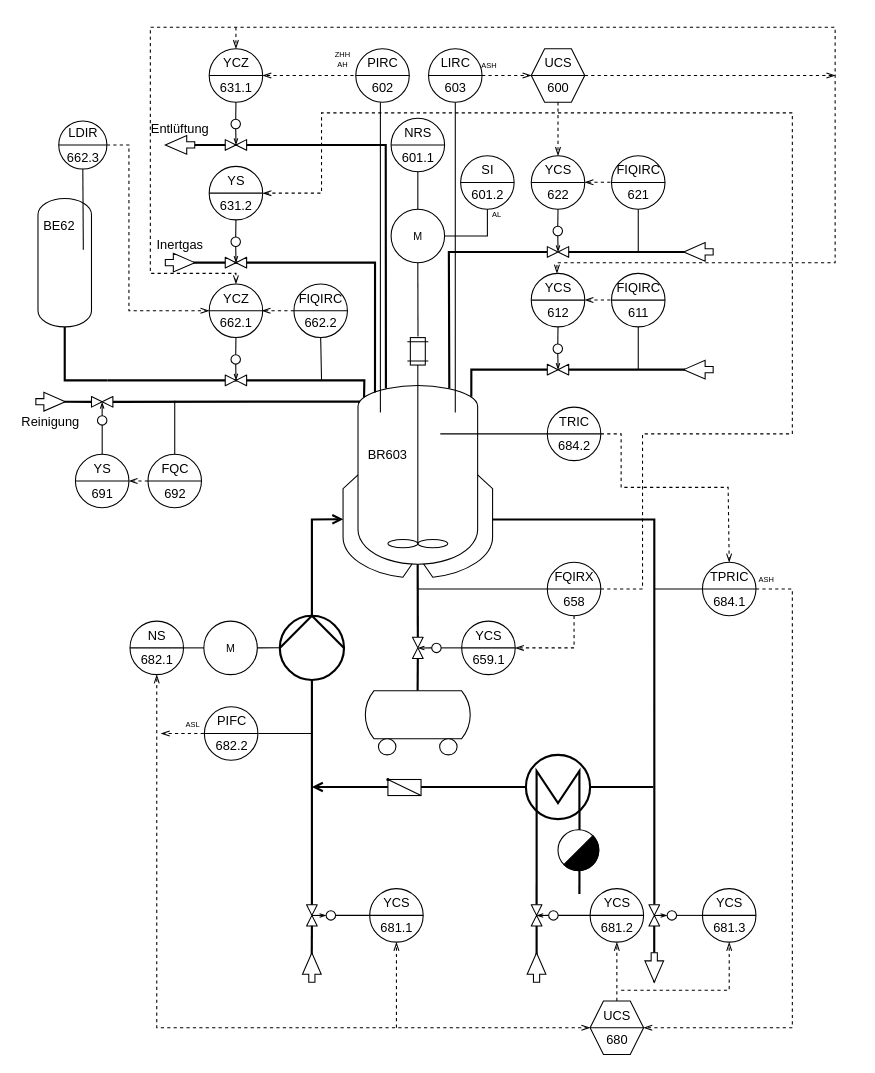
Above: reaktor.drawio in sid115/pltp-ri (draw.io), before the change. Source tidied: cells renumbered, new cells numbered last; positions are measured from the earlier drawing's top-left corner, leaving out a move shared by most shapes. Both pictures are drawn from the tidied source at 107%, with x=0, y=0 at pixel (18, 27).
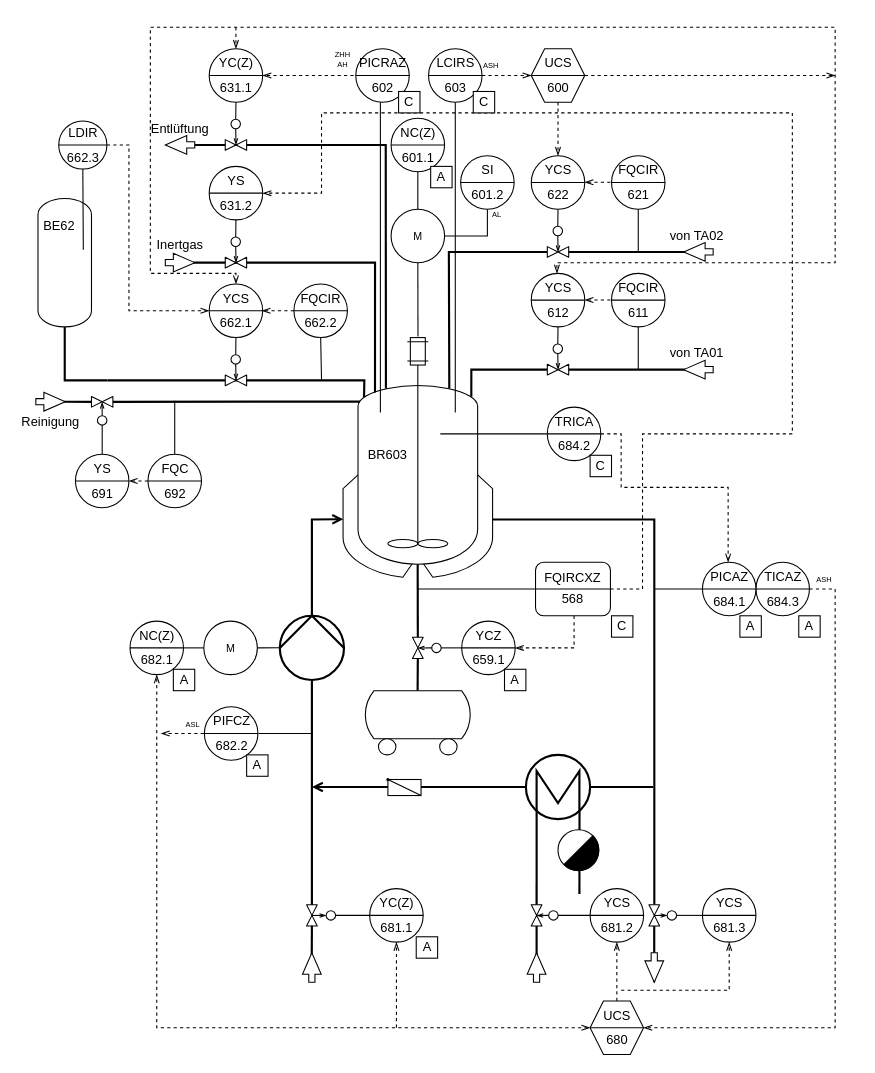
Above is the later version.

Unchanged cells that the change refers to:
```xml
<mxCell id="79" style="group;rotation=-90;" parent="1" vertex="1">
  <mxGeometry x="153" y="50" width="100" height="50" as="geometry" />
</mxCell>
<mxCell id="86" value="&lt;table cellpadding=&quot;4&quot; cellspacing=&quot;0&quot; border=&quot;0&quot; style=&quot;font-size:1em;width:100%;height:100%;&quot;&gt;&lt;tbody&gt;&lt;tr&gt;&lt;td&gt;YS&lt;/td&gt;&lt;/tr&gt;&lt;tr&gt;&lt;td&gt;631.2&lt;/td&gt;&lt;/tr&gt;&lt;/tbody&gt;&lt;/table&gt; " style="html=1;outlineConnect=0;align=center;dashed=0;shape=mxgraph.pid2inst.discInst;mounting=room;rotation=0;" parent="85" vertex="1">
  <mxGeometry x="25" y="-30" width="50" height="50" as="geometry" />
</mxCell>
<mxCell id="91" style="group;rotation=-90;" parent="1" vertex="1">
  <mxGeometry x="153" y="270" width="100" height="50" as="geometry" />
</mxCell>
<mxCell id="117" value="&lt;table cellpadding=&quot;4&quot; cellspacing=&quot;0&quot; border=&quot;0&quot; style=&quot;font-size:1em;width:100%;height:100%;&quot;&gt;&lt;tbody&gt;&lt;tr&gt;&lt;td&gt;UCS&lt;/td&gt;&lt;/tr&gt;&lt;tr&gt;&lt;td&gt;680&lt;/td&gt;&lt;/tr&gt;&lt;/tbody&gt;&lt;/table&gt; " style="html=1;outlineConnect=0;align=center;dashed=0;shape=mxgraph.pid2inst.compFunc;mounting=room;" parent="1" vertex="1">
  <mxGeometry x="534" y="910" width="50" height="50" as="geometry" />
</mxCell>
```

What changed in the source:
```diff
@@
-    <mxCell id="6" value="&lt;table cellpadding=&quot;4&quot; cellspacing=&quot;0&quot; border=&quot;0&quot; style=&quot;font-size:1em;width:100%;height:100%;&quot;&gt;&lt;tbody&gt;&lt;tr&gt;&lt;td&gt;YCS&lt;/td&gt;&lt;/tr&gt;&lt;tr&gt;&lt;td&gt;659.1&lt;/td&gt;&lt;/tr&gt;&lt;/tbody&gt;&lt;/table&gt; " style="html=1;outlineConnect=0;align=center;dashed=0;shape=mxgraph.pid2inst.discInst;mounting=room;" parent="1" vertex="1">
+    <mxCell id="6" value="&lt;table cellpadding=&quot;4&quot; cellspacing=&quot;0&quot; border=&quot;0&quot; style=&quot;font-size:1em;width:100%;height:100%;&quot;&gt;&lt;tbody&gt;&lt;tr&gt;&lt;td&gt;YCZ&lt;/td&gt;&lt;/tr&gt;&lt;tr&gt;&lt;td&gt;659.1&lt;/td&gt;&lt;/tr&gt;&lt;/tbody&gt;&lt;/table&gt; " style="html=1;outlineConnect=0;align=center;dashed=0;shape=mxgraph.pid2inst.discInst;mounting=room;" parent="1" vertex="1">
       <mxGeometry x="414" y="555" width="50" height="50" as="geometry" />
     </mxCell>
@@
-    <mxCell id="29" value="&lt;table cellpadding=&quot;4&quot; cellspacing=&quot;0&quot; border=&quot;0&quot; style=&quot;font-size:1em;width:100%;height:100%;&quot;&gt;&lt;tbody&gt;&lt;tr&gt;&lt;td&gt;YCS&lt;/td&gt;&lt;/tr&gt;&lt;tr&gt;&lt;td&gt;681.1&lt;/td&gt;&lt;/tr&gt;&lt;/tbody&gt;&lt;/table&gt; " style="html=1;outlineConnect=0;align=center;dashed=0;shape=mxgraph.pid2inst.discInst;mounting=room;" parent="1" vertex="1">
+    <mxCell id="29" value="&lt;table cellpadding=&quot;4&quot; cellspacing=&quot;0&quot; border=&quot;0&quot; style=&quot;font-size:1em;width:100%;height:100%;&quot;&gt;&lt;tbody&gt;&lt;tr&gt;&lt;td&gt;YC(Z)&lt;/td&gt;&lt;/tr&gt;&lt;tr&gt;&lt;td&gt;681.1&lt;/td&gt;&lt;/tr&gt;&lt;/tbody&gt;&lt;/table&gt; " style="html=1;outlineConnect=0;align=center;dashed=0;shape=mxgraph.pid2inst.discInst;mounting=room;" parent="1" vertex="1">
       <mxGeometry x="328" y="805" width="50" height="50" as="geometry" />
     </mxCell>
@@
-    <mxCell id="32" value="&lt;table cellpadding=&quot;4&quot; cellspacing=&quot;0&quot; border=&quot;0&quot; style=&quot;font-size:1em;width:100%;height:100%;&quot;&gt;&lt;tbody&gt;&lt;tr&gt;&lt;td&gt;PIFC&lt;/td&gt;&lt;/tr&gt;&lt;tr&gt;&lt;td&gt;682.2&lt;/td&gt;&lt;/tr&gt;&lt;/tbody&gt;&lt;/table&gt; " style="html=1;align=center;dashed=0;shape=mxgraph.pid2inst.discInst;mounting=room;" parent="1" vertex="1">
+    <mxCell id="32" value="&lt;table cellpadding=&quot;4&quot; cellspacing=&quot;0&quot; border=&quot;0&quot; style=&quot;font-size:1em;width:100%;height:100%;&quot;&gt;&lt;tbody&gt;&lt;tr&gt;&lt;td&gt;PIFCZ&lt;/td&gt;&lt;/tr&gt;&lt;tr&gt;&lt;td&gt;682.2&lt;/td&gt;&lt;/tr&gt;&lt;/tbody&gt;&lt;/table&gt; " style="html=1;align=center;dashed=0;shape=mxgraph.pid2inst.discInst;mounting=room;" parent="1" vertex="1">
       <mxGeometry x="173.5" y="635" width="50" height="50" as="geometry" />
     </mxCell>
@@
-    <mxCell id="35" value="&lt;table cellpadding=&quot;4&quot; cellspacing=&quot;0&quot; border=&quot;0&quot; style=&quot;font-size:1em;width:100%;height:100%;&quot;&gt;&lt;tbody&gt;&lt;tr&gt;&lt;td&gt;NS&lt;/td&gt;&lt;/tr&gt;&lt;tr&gt;&lt;td&gt;682.1&lt;/td&gt;&lt;/tr&gt;&lt;/tbody&gt;&lt;/table&gt; " style="html=1;outlineConnect=0;align=center;dashed=0;shape=mxgraph.pid2inst.discInst;mounting=room;" parent="1" vertex="1">
+    <mxCell id="35" value="&lt;table cellpadding=&quot;4&quot; cellspacing=&quot;0&quot; border=&quot;0&quot; style=&quot;font-size:1em;width:100%;height:100%;&quot;&gt;&lt;tbody&gt;&lt;tr&gt;&lt;td&gt;NC(Z)&lt;/td&gt;&lt;/tr&gt;&lt;tr&gt;&lt;td&gt;682.1&lt;/td&gt;&lt;/tr&gt;&lt;/tbody&gt;&lt;/table&gt; " style="html=1;outlineConnect=0;align=center;dashed=0;shape=mxgraph.pid2inst.discInst;mounting=room;" parent="1" vertex="1">
       <mxGeometry x="104" y="555" width="50" height="50" as="geometry" />
     </mxCell>
@@
-    <mxCell id="39" value="&lt;table cellpadding=&quot;4&quot; cellspacing=&quot;0&quot; border=&quot;0&quot; style=&quot;font-size:1em;width:100%;height:100%;&quot;&gt;&lt;tbody&gt;&lt;tr&gt;&lt;td&gt;FQIRX&lt;/td&gt;&lt;/tr&gt;&lt;tr&gt;&lt;td&gt;658&lt;/td&gt;&lt;/tr&gt;&lt;/tbody&gt;&lt;/table&gt; " style="html=1;outlineConnect=0;align=center;dashed=0;shape=mxgraph.pid2inst.discInst;mounting=room;" parent="1" vertex="1">
-      <mxGeometry x="494" y="500" width="50" height="50" as="geometry" />
-    </mxCell>
-    <mxCell id="40" style="endArrow=none;html=1;rounded=0;entryX=0;entryY=0.5;entryDx=0;entryDy=0;" parent="1" edge="1" target="39">
+    <mxCell id="40" style="endArrow=none;html=1;rounded=0;" parent="1" edge="1">
       <mxGeometry relative="1" as="geometry">
         <mxPoint x="373" y="525" as="sourcePoint" />
+        <mxPoint x="483" y="525" as="targetPoint" />
       </mxGeometry>
     </mxCell>
@@
-    <mxCell id="55" value="&lt;table cellpadding=&quot;4&quot; cellspacing=&quot;0&quot; border=&quot;0&quot; style=&quot;font-size:1em;width:100%;height:100%;&quot;&gt;&lt;tbody&gt;&lt;tr&gt;&lt;td&gt;TRIC&lt;/td&gt;&lt;/tr&gt;&lt;tr&gt;&lt;td&gt;684.2&lt;/td&gt;&lt;/tr&gt;&lt;/tbody&gt;&lt;/table&gt; " style="html=1;outlineConnect=0;align=center;dashed=0;shape=mxgraph.pid2inst.discInst;mounting=room;" parent="1" vertex="1">
+    <mxCell id="55" value="&lt;table cellpadding=&quot;4&quot; cellspacing=&quot;0&quot; border=&quot;0&quot; style=&quot;font-size:1em;width:100%;height:100%;&quot;&gt;&lt;tbody&gt;&lt;tr&gt;&lt;td&gt;TRICA&lt;/td&gt;&lt;/tr&gt;&lt;tr&gt;&lt;td&gt;684.2&lt;/td&gt;&lt;/tr&gt;&lt;/tbody&gt;&lt;/table&gt; " style="html=1;outlineConnect=0;align=center;dashed=0;shape=mxgraph.pid2inst.discInst;mounting=room;" parent="1" vertex="1">
       <mxGeometry x="494" y="355" width="50" height="50" as="geometry" />
     </mxCell>
@@
     <mxCell id="66" style="group;rotation=-90;" parent="1" vertex="1">
-      <mxGeometry x="454" y="260" width="100" height="50" as="geometry" />
+      <mxGeometry x="454" y="260" width="100" height="85" as="geometry" />
     </mxCell>
@@
-    <mxCell id="80" value="&lt;table cellpadding=&quot;4&quot; cellspacing=&quot;0&quot; border=&quot;0&quot; style=&quot;font-size:1em;width:100%;height:100%;&quot;&gt;&lt;tbody&gt;&lt;tr&gt;&lt;td&gt;YCZ&lt;/td&gt;&lt;/tr&gt;&lt;tr&gt;&lt;td&gt;631.1&lt;/td&gt;&lt;/tr&gt;&lt;/tbody&gt;&lt;/table&gt; " style="html=1;outlineConnect=0;align=center;dashed=0;shape=mxgraph.pid2inst.discInst;mounting=room;rotation=0;" parent="79" vertex="1">
+    <mxCell id="80" value="&lt;table cellpadding=&quot;4&quot; cellspacing=&quot;0&quot; border=&quot;0&quot; style=&quot;font-size:1em;width:100%;height:100%;&quot;&gt;&lt;tbody&gt;&lt;tr&gt;&lt;td&gt;YC(Z)&lt;/td&gt;&lt;/tr&gt;&lt;tr&gt;&lt;td&gt;631.1&lt;/td&gt;&lt;/tr&gt;&lt;/tbody&gt;&lt;/table&gt; " style="html=1;outlineConnect=0;align=center;dashed=0;shape=mxgraph.pid2inst.discInst;mounting=room;rotation=0;" parent="79" vertex="1">
       <mxGeometry x="25" y="-30" width="50" height="50" as="geometry" />
     </mxCell>
@@
-    <mxCell id="92" value="&lt;table cellpadding=&quot;4&quot; cellspacing=&quot;0&quot; border=&quot;0&quot; style=&quot;font-size:1em;width:100%;height:100%;&quot;&gt;&lt;tbody&gt;&lt;tr&gt;&lt;td&gt;YCZ&lt;/td&gt;&lt;/tr&gt;&lt;tr&gt;&lt;td&gt;662.1&lt;/td&gt;&lt;/tr&gt;&lt;/tbody&gt;&lt;/table&gt; " style="html=1;outlineConnect=0;align=center;dashed=0;shape=mxgraph.pid2inst.discInst;mounting=room;rotation=0;" parent="91" vertex="1">
+    <mxCell id="92" value="&lt;table cellpadding=&quot;4&quot; cellspacing=&quot;0&quot; border=&quot;0&quot; style=&quot;font-size:1em;width:100%;height:100%;&quot;&gt;&lt;tbody&gt;&lt;tr&gt;&lt;td&gt;YCS&lt;/td&gt;&lt;/tr&gt;&lt;tr&gt;&lt;td&gt;662.1&lt;/td&gt;&lt;/tr&gt;&lt;/tbody&gt;&lt;/table&gt; " style="html=1;outlineConnect=0;align=center;dashed=0;shape=mxgraph.pid2inst.discInst;mounting=room;rotation=0;" parent="91" vertex="1">
       <mxGeometry x="25" y="-30" width="50" height="50" as="geometry" />
     </mxCell>
@@
-    <mxCell id="97" value="&lt;table cellpadding=&quot;4&quot; cellspacing=&quot;0&quot; border=&quot;0&quot; style=&quot;font-size:1em;width:100%;height:100%;&quot;&gt;&lt;tbody&gt;&lt;tr&gt;&lt;td&gt;FIQIRC&lt;/td&gt;&lt;/tr&gt;&lt;tr&gt;&lt;td&gt;662.2&lt;/td&gt;&lt;/tr&gt;&lt;/tbody&gt;&lt;/table&gt; " style="html=1;outlineConnect=0;align=center;dashed=0;shape=mxgraph.pid2inst.discInst;mounting=room;" parent="1" vertex="1">
+    <mxCell id="97" value="&lt;table cellpadding=&quot;4&quot; cellspacing=&quot;0&quot; border=&quot;0&quot; style=&quot;font-size:1em;width:100%;height:100%;&quot;&gt;&lt;tbody&gt;&lt;tr&gt;&lt;td&gt;FQCIR&lt;/td&gt;&lt;/tr&gt;&lt;tr&gt;&lt;td&gt;662.2&lt;/td&gt;&lt;/tr&gt;&lt;/tbody&gt;&lt;/table&gt; " style="html=1;outlineConnect=0;align=center;dashed=0;shape=mxgraph.pid2inst.discInst;mounting=room;" parent="1" vertex="1">
       <mxGeometry x="257.2" y="240" width="50" height="50" as="geometry" />
     </mxCell>
@@
-    <mxCell id="99" style="endArrow=openThin;html=1;rounded=0;entryX=1;entryY=0.5;entryDx=0;entryDy=0;strokeWidth=1;endFill=0;dashed=1;exitX=0.5;exitY=1;exitDx=0;exitDy=0;" parent="1" edge="1" source="39" target="6">
+    <mxCell id="99" style="endArrow=openThin;html=1;rounded=0;entryX=1;entryY=0.5;entryDx=0;entryDy=0;strokeWidth=1;endFill=0;dashed=1;exitX=0.5;exitY=1;exitDx=0;exitDy=0;" parent="1" edge="1" target="6">
       <mxGeometry relative="1" as="geometry">
+        <mxPoint x="519" y="550" as="sourcePoint" />
         <Array as="points">
           <mxPoint x="519" y="580" />
         </Array>
       </mxGeometry>
     </mxCell>
-    <mxCell id="100" style="endArrow=openThin;html=1;rounded=0;entryX=1;entryY=0.5;entryDx=0;entryDy=0;strokeWidth=1;endFill=0;dashed=1;exitX=1;exitY=0.5;exitDx=0;exitDy=0;" parent="1" edge="1" source="39" target="86">
+    <mxCell id="100" style="endArrow=openThin;html=1;rounded=0;entryX=1;entryY=0.5;entryDx=0;entryDy=0;strokeWidth=1;endFill=0;dashed=1;" parent="1" edge="1" target="86">
       <mxGeometry relative="1" as="geometry">
+        <mxPoint x="553" y="525" as="sourcePoint" />
         <Array as="points">
           <mxPoint x="583" y="525" />
           <mxPoint x="583" y="380" />
           <mxPoint x="723" y="380" />
           <mxPoint x="723" y="80" />
           <mxPoint x="513" y="80" />
           <mxPoint x="283" y="80" />
           <mxPoint x="283" y="155" />
         </Array>
       </mxGeometry>
     </mxCell>
@@
-    <mxCell id="108" value="&lt;table cellpadding=&quot;4&quot; cellspacing=&quot;0&quot; border=&quot;0&quot; style=&quot;font-size:1em;width:100%;height:100%;&quot;&gt;&lt;tbody&gt;&lt;tr&gt;&lt;td&gt;NRS&lt;/td&gt;&lt;/tr&gt;&lt;tr&gt;&lt;td&gt;601.1&lt;/td&gt;&lt;/tr&gt;&lt;/tbody&gt;&lt;/table&gt; " style="html=1;outlineConnect=0;align=center;dashed=0;shape=mxgraph.pid2inst.discInst;mounting=room;rotation=0;" parent="1" vertex="1">
+    <mxCell id="108" value="&lt;table cellpadding=&quot;4&quot; cellspacing=&quot;0&quot; border=&quot;0&quot; style=&quot;font-size:1em;width:100%;height:100%;&quot;&gt;&lt;tbody&gt;&lt;tr&gt;&lt;td&gt;NC(Z)&lt;/td&gt;&lt;/tr&gt;&lt;tr&gt;&lt;td&gt;601.1&lt;/td&gt;&lt;/tr&gt;&lt;/tbody&gt;&lt;/table&gt; " style="html=1;outlineConnect=0;align=center;dashed=0;shape=mxgraph.pid2inst.discInst;mounting=room;rotation=0;" parent="1" vertex="1">
       <mxGeometry x="348" y="85" width="50" height="50" as="geometry" />
     </mxCell>
@@
-    <mxCell id="113" value="&lt;table cellpadding=&quot;4&quot; cellspacing=&quot;0&quot; border=&quot;0&quot; style=&quot;font-size:1em;width:100%;height:100%;&quot;&gt;&lt;tbody&gt;&lt;tr&gt;&lt;td&gt;LIRC&lt;/td&gt;&lt;/tr&gt;&lt;tr&gt;&lt;td&gt;603&lt;/td&gt;&lt;/tr&gt;&lt;/tbody&gt;&lt;/table&gt; " style="html=1;outlineConnect=0;align=center;dashed=0;shape=mxgraph.pid2inst.discInst;mounting=room;rotation=0;" parent="1" vertex="1">
+    <mxCell id="113" value="&lt;table cellpadding=&quot;4&quot; cellspacing=&quot;0&quot; border=&quot;0&quot; style=&quot;font-size:1em;width:100%;height:100%;&quot;&gt;&lt;tbody&gt;&lt;tr&gt;&lt;td&gt;LCIRS&lt;br&gt;&lt;/td&gt;&lt;/tr&gt;&lt;tr&gt;&lt;td&gt;603&lt;/td&gt;&lt;/tr&gt;&lt;/tbody&gt;&lt;/table&gt; " style="html=1;outlineConnect=0;align=center;dashed=0;shape=mxgraph.pid2inst.discInst;mounting=room;rotation=0;" parent="1" vertex="1">
       <mxGeometry x="383" y="20" width="50" height="50" as="geometry" />
     </mxCell>
@@
-    <mxCell id="121" style="endArrow=openThin;html=1;rounded=0;exitX=1;exitY=0.5;exitDx=0;exitDy=0;entryX=0.5;entryY=0;entryDx=0;entryDy=0;dashed=1;endFill=0;" parent="1" edge="1" source="55" target="123">
+    <mxCell id="121" style="endArrow=openThin;html=1;rounded=0;exitX=1;exitY=0.5;exitDx=0;exitDy=0;dashed=1;endFill=0;" parent="1" edge="1" source="55">
       <mxGeometry relative="1" as="geometry">
+        <mxPoint x="663" y="500" as="targetPoint" />
         <Array as="points">
           <mxPoint x="563" y="380" />
           <mxPoint x="563" y="430" />
           <mxPoint x="663" y="430" />
         </Array>
       </mxGeometry>
     </mxCell>
-    <mxCell id="122" style="endArrow=openThin;html=1;rounded=0;exitX=1;exitY=0.5;exitDx=0;exitDy=0;entryX=1;entryY=0.5;entryDx=0;entryDy=0;dashed=1;endFill=0;" parent="1" edge="1" source="123" target="117">
+    <mxCell id="122" style="endArrow=openThin;html=1;rounded=0;entryX=1;entryY=0.5;entryDx=0;entryDy=0;dashed=1;endFill=0;exitX=1;exitY=0.5;exitDx=0;exitDy=0;" parent="1" edge="1" source="123" target="117">
       <mxGeometry relative="1" as="geometry">
         <Array as="points">
-          <mxPoint x="723" y="525" />
-          <mxPoint x="723" y="935" />
+          <mxPoint x="763" y="525" />
+          <mxPoint x="763" y="935" />
         </Array>
       </mxGeometry>
     </mxCell>
-    <mxCell id="123" value="&lt;table cellpadding=&quot;4&quot; cellspacing=&quot;0&quot; border=&quot;0&quot; style=&quot;font-size:1em;width:100%;height:100%;&quot;&gt;&lt;tbody&gt;&lt;tr&gt;&lt;td&gt;TPRIC&lt;/td&gt;&lt;/tr&gt;&lt;tr&gt;&lt;td&gt;684.1&lt;/td&gt;&lt;/tr&gt;&lt;/tbody&gt;&lt;/table&gt; " style="html=1;outlineConnect=0;align=center;dashed=0;shape=mxgraph.pid2inst.discInst;mounting=room;" parent="1" vertex="1">
-      <mxGeometry x="639" y="500" width="50" height="50" as="geometry" />
-    </mxCell>
-    <mxCell id="124" value="&lt;font style=&quot;font-size: 7px;&quot;&gt;ASH&lt;/font&gt;" style="text;html=1;strokeColor=none;fillColor=none;align=center;verticalAlign=middle;whiteSpace=wrap;rounded=0;" parent="1" vertex="1">
-      <mxGeometry x="669" y="500" width="60" height="30" as="geometry" />
-    </mxCell>
@@
     <mxCell id="128" style="group;" parent="1" vertex="1">
-      <mxGeometry x="315" y="20" width="90" height="50" as="geometry" />
+      <mxGeometry x="315" y="20" width="90" height="60" as="geometry" />
     </mxCell>
-    <mxCell id="129" value="&lt;table cellpadding=&quot;4&quot; cellspacing=&quot;0&quot; border=&quot;0&quot; style=&quot;font-size:1em;width:100%;height:100%;&quot;&gt;&lt;tbody&gt;&lt;tr&gt;&lt;td&gt;PIRC&lt;/td&gt;&lt;/tr&gt;&lt;tr&gt;&lt;td&gt;602&lt;/td&gt;&lt;/tr&gt;&lt;/tbody&gt;&lt;/table&gt; " style="html=1;align=center;dashed=0;shape=mxgraph.pid2inst.discInst;mounting=room;" parent="128" vertex="1">
+    <mxCell id="129" value="&lt;table cellpadding=&quot;4&quot; cellspacing=&quot;0&quot; border=&quot;0&quot; style=&quot;font-size:1em;width:100%;height:100%;&quot;&gt;&lt;tbody&gt;&lt;tr&gt;&lt;td&gt;PICRAZ&lt;br&gt;&lt;/td&gt;&lt;/tr&gt;&lt;tr&gt;&lt;td&gt;602&lt;/td&gt;&lt;/tr&gt;&lt;/tbody&gt;&lt;/table&gt; " style="html=1;align=center;dashed=0;shape=mxgraph.pid2inst.discInst;mounting=room;" parent="128" vertex="1">
       <mxGeometry width="50" height="50" as="geometry" />
     </mxCell>
+    <mxCell id="166" value="C" style="rounded=0;whiteSpace=wrap;html=1;" parent="128" vertex="1">
+      <mxGeometry x="40" y="40" width="20" height="20" as="geometry" />
+    </mxCell>
@@
-    <mxCell id="133" value="&lt;table cellpadding=&quot;4&quot; cellspacing=&quot;0&quot; border=&quot;0&quot; style=&quot;font-size:1em;width:100%;height:100%;&quot;&gt;&lt;tbody&gt;&lt;tr&gt;&lt;td&gt;FIQIRC&lt;/td&gt;&lt;/tr&gt;&lt;tr&gt;&lt;td&gt;621&lt;/td&gt;&lt;/tr&gt;&lt;/tbody&gt;&lt;/table&gt; " style="html=1;outlineConnect=0;align=center;dashed=0;shape=mxgraph.pid2inst.discInst;mounting=room;" parent="1" vertex="1">
+    <mxCell id="133" value="&lt;table cellpadding=&quot;4&quot; cellspacing=&quot;0&quot; border=&quot;0&quot; style=&quot;font-size:1em;width:100%;height:100%;&quot;&gt;&lt;tbody&gt;&lt;tr&gt;&lt;td&gt;FQCIR&lt;/td&gt;&lt;/tr&gt;&lt;tr&gt;&lt;td&gt;621&lt;/td&gt;&lt;/tr&gt;&lt;/tbody&gt;&lt;/table&gt; " style="html=1;outlineConnect=0;align=center;dashed=0;shape=mxgraph.pid2inst.discInst;mounting=room;" parent="1" vertex="1">
       <mxGeometry x="554" y="120" width="50" height="50" as="geometry" />
     </mxCell>
@@
-    <mxCell id="135" value="&lt;table cellpadding=&quot;4&quot; cellspacing=&quot;0&quot; border=&quot;0&quot; style=&quot;font-size:1em;width:100%;height:100%;&quot;&gt;&lt;tbody&gt;&lt;tr&gt;&lt;td&gt;FIQIRC&lt;/td&gt;&lt;/tr&gt;&lt;tr&gt;&lt;td&gt;611&lt;/td&gt;&lt;/tr&gt;&lt;/tbody&gt;&lt;/table&gt; " style="html=1;outlineConnect=0;align=center;dashed=0;shape=mxgraph.pid2inst.discInst;mounting=room;" parent="1" vertex="1">
+    <mxCell id="135" value="&lt;table cellpadding=&quot;4&quot; cellspacing=&quot;0&quot; border=&quot;0&quot; style=&quot;font-size:1em;width:100%;height:100%;&quot;&gt;&lt;tbody&gt;&lt;tr&gt;&lt;td&gt;FQCIR&lt;/td&gt;&lt;/tr&gt;&lt;tr&gt;&lt;td&gt;611&lt;/td&gt;&lt;/tr&gt;&lt;/tbody&gt;&lt;/table&gt; " style="html=1;outlineConnect=0;align=center;dashed=0;shape=mxgraph.pid2inst.discInst;mounting=room;" parent="1" vertex="1">
       <mxGeometry x="554" y="230" width="50" height="50" as="geometry" />
     </mxCell>
@@
     <mxCell id="162" value="&lt;font style=&quot;font-size: 7px;&quot;&gt;ASH&lt;/font&gt;" style="text;html=1;strokeColor=none;fillColor=none;align=center;verticalAlign=middle;whiteSpace=wrap;rounded=0;" parent="1" vertex="1">
-      <mxGeometry x="410.2" y="20" width="60" height="30" as="geometry" />
+      <mxGeometry x="413" y="20" width="57.2" height="30" as="geometry" />
     </mxCell>
@@
+    <mxCell id="167" value="von TA02" style="text;html=1;strokeColor=none;fillColor=none;align=center;verticalAlign=middle;whiteSpace=wrap;rounded=0;" parent="1" vertex="1">
+      <mxGeometry x="604" y="180" width="60" height="30" as="geometry" />
+    </mxCell>
+    <mxCell id="168" value="von TA01" style="text;html=1;strokeColor=none;fillColor=none;align=center;verticalAlign=middle;whiteSpace=wrap;rounded=0;" parent="1" vertex="1">
+      <mxGeometry x="604" y="290" width="60" height="30" as="geometry" />
+    </mxCell>
+    <mxCell id="169" style="group;" parent="1" vertex="1">
+      <mxGeometry x="483" y="500" width="70" height="50" as="geometry" />
+    </mxCell>
+    <mxCell id="170" style="rounded=1;whiteSpace=wrap;html=1;" parent="169" vertex="1">
+      <mxGeometry width="70" height="50" as="geometry" />
+    </mxCell>
+    <mxCell id="171" style="endArrow=none;html=1;rounded=0;entryX=1;entryY=0.5;entryDx=0;entryDy=0;exitX=0;exitY=0.5;exitDx=0;exitDy=0;" parent="169" edge="1" source="170" target="170">
+      <mxGeometry relative="1" as="geometry" />
+    </mxCell>
+    <mxCell id="172" value="FQIRCXZ" style="text;html=1;strokeColor=none;fillColor=none;align=center;verticalAlign=middle;whiteSpace=wrap;rounded=0;" parent="169" vertex="1">
+      <mxGeometry x="5" width="60" height="30" as="geometry" />
+    </mxCell>
+    <mxCell id="173" value="568" style="text;html=1;strokeColor=none;fillColor=none;align=center;verticalAlign=middle;whiteSpace=wrap;rounded=0;" parent="169" vertex="1">
+      <mxGeometry x="5" y="20" width="60" height="30" as="geometry" />
+    </mxCell>
+    <mxCell id="174" style="group;" parent="1" vertex="1">
+      <mxGeometry x="639" y="500" width="90" height="50" as="geometry" />
+    </mxCell>
+    <mxCell id="123" value="&lt;table cellpadding=&quot;4&quot; cellspacing=&quot;0&quot; border=&quot;0&quot; style=&quot;font-size:1em;width:100%;height:100%;&quot;&gt;&lt;tbody&gt;&lt;tr&gt;&lt;td&gt;TICAZ&lt;/td&gt;&lt;/tr&gt;&lt;tr&gt;&lt;td&gt;684.3&lt;/td&gt;&lt;/tr&gt;&lt;/tbody&gt;&lt;/table&gt; " style="html=1;outlineConnect=0;align=center;dashed=0;shape=mxgraph.pid2inst.discInst;mounting=room;" parent="174" vertex="1">
+      <mxGeometry x="50" width="50" height="50" as="geometry" />
+    </mxCell>
+    <mxCell id="175" value="&lt;table cellpadding=&quot;4&quot; cellspacing=&quot;0&quot; border=&quot;0&quot; style=&quot;font-size:1em;width:100%;height:100%;&quot;&gt;&lt;tbody&gt;&lt;tr&gt;&lt;td&gt;PICAZ&lt;/td&gt;&lt;/tr&gt;&lt;tr&gt;&lt;td&gt;684.1&lt;/td&gt;&lt;/tr&gt;&lt;/tbody&gt;&lt;/table&gt; " style="html=1;align=center;dashed=0;shape=mxgraph.pid2inst.discInst;mounting=room;" parent="174" vertex="1">
+      <mxGeometry width="50" height="50" as="geometry" />
+    </mxCell>
+    <mxCell id="124" value="&lt;font style=&quot;font-size: 7px;&quot;&gt;ASH&lt;/font&gt;" style="text;html=1;strokeColor=none;fillColor=none;align=center;verticalAlign=middle;whiteSpace=wrap;rounded=0;" parent="1" vertex="1">
+      <mxGeometry x="723" y="500" width="60" height="30" as="geometry" />
+    </mxCell>
+    <mxCell id="176" value="C" style="rounded=0;whiteSpace=wrap;html=1;" parent="1" vertex="1">
+      <mxGeometry x="424.8" y="60" width="20" height="20" as="geometry" />
+    </mxCell>
+    <mxCell id="177" value="A" style="rounded=0;whiteSpace=wrap;html=1;" parent="1" vertex="1">
+      <mxGeometry x="213" y="680" width="20" height="20" as="geometry" />
+    </mxCell>
+    <mxCell id="178" value="A" style="rounded=0;whiteSpace=wrap;html=1;" parent="1" vertex="1">
+      <mxGeometry x="371.5" y="850" width="20" height="20" as="geometry" />
+    </mxCell>
+    <mxCell id="179" value="A" style="rounded=0;whiteSpace=wrap;html=1;" parent="1" vertex="1">
+      <mxGeometry x="674" y="550" width="20" height="20" as="geometry" />
+    </mxCell>
+    <mxCell id="180" value="A" style="rounded=0;whiteSpace=wrap;html=1;" parent="1" vertex="1">
+      <mxGeometry x="729" y="550" width="20" height="20" as="geometry" />
+    </mxCell>
+    <mxCell id="181" value="C" style="rounded=0;whiteSpace=wrap;html=1;" parent="1" vertex="1">
+      <mxGeometry x="534" y="400" width="20" height="20" as="geometry" />
+    </mxCell>
+    <mxCell id="182" value="A" style="rounded=0;whiteSpace=wrap;html=1;" parent="1" vertex="1">
+      <mxGeometry x="144.5" y="600" width="20" height="20" as="geometry" />
+    </mxCell>
+    <mxCell id="183" value="C" style="rounded=0;whiteSpace=wrap;html=1;" parent="1" vertex="1">
+      <mxGeometry x="554" y="550" width="20" height="20" as="geometry" />
+    </mxCell>
+    <mxCell id="184" value="A" style="rounded=0;whiteSpace=wrap;html=1;" parent="1" vertex="1">
+      <mxGeometry x="454" y="600" width="20" height="20" as="geometry" />
+    </mxCell>
+    <mxCell id="185" value="A" style="rounded=0;whiteSpace=wrap;html=1;" parent="1" vertex="1">
+      <mxGeometry x="385" y="130" width="20" height="20" as="geometry" />
+    </mxCell>
```
